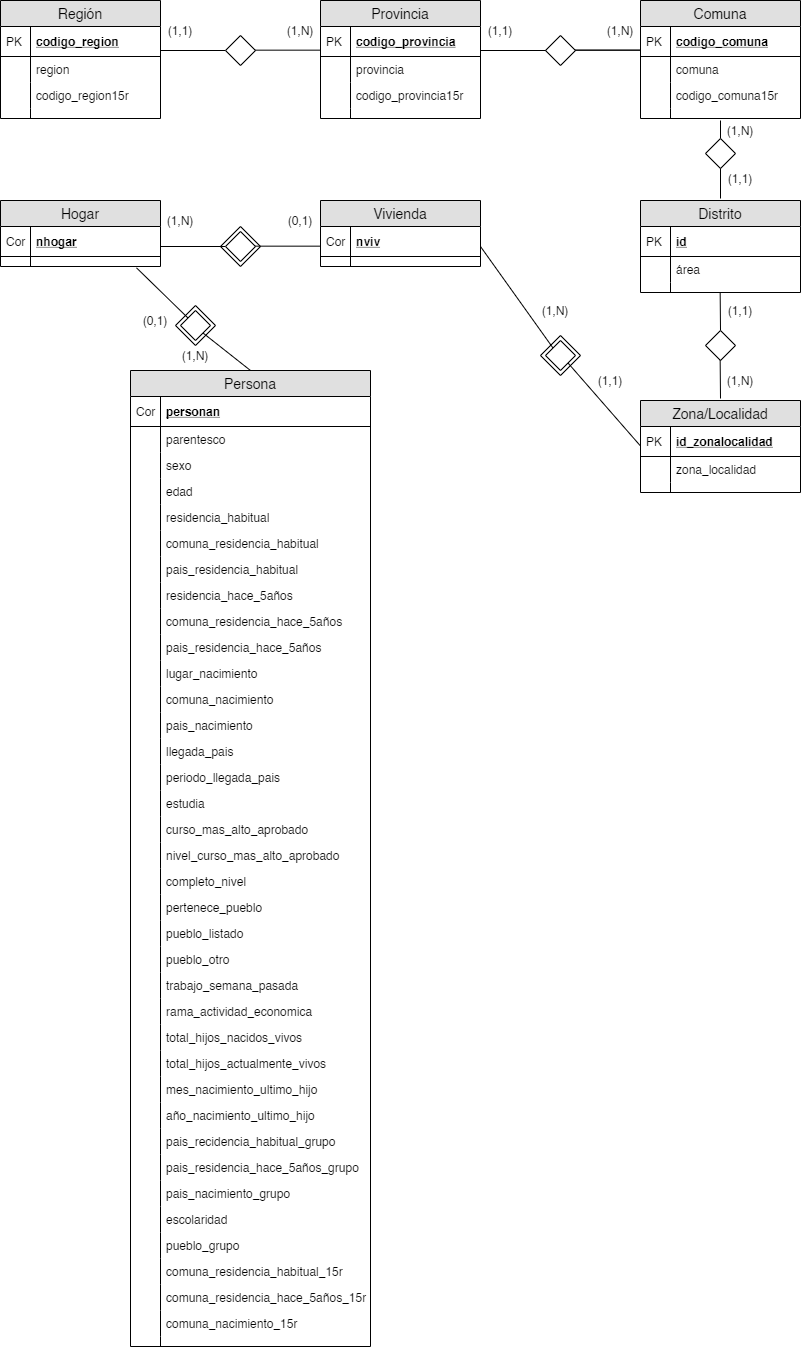
The draw.io diagram censo.png in geraldbustosm/censo_etl, before a commit. Source tidied: cells renumbered, new cells last; positions are measured from the earlier drawing's top-left corner, leaving out a move shared by most shapes.
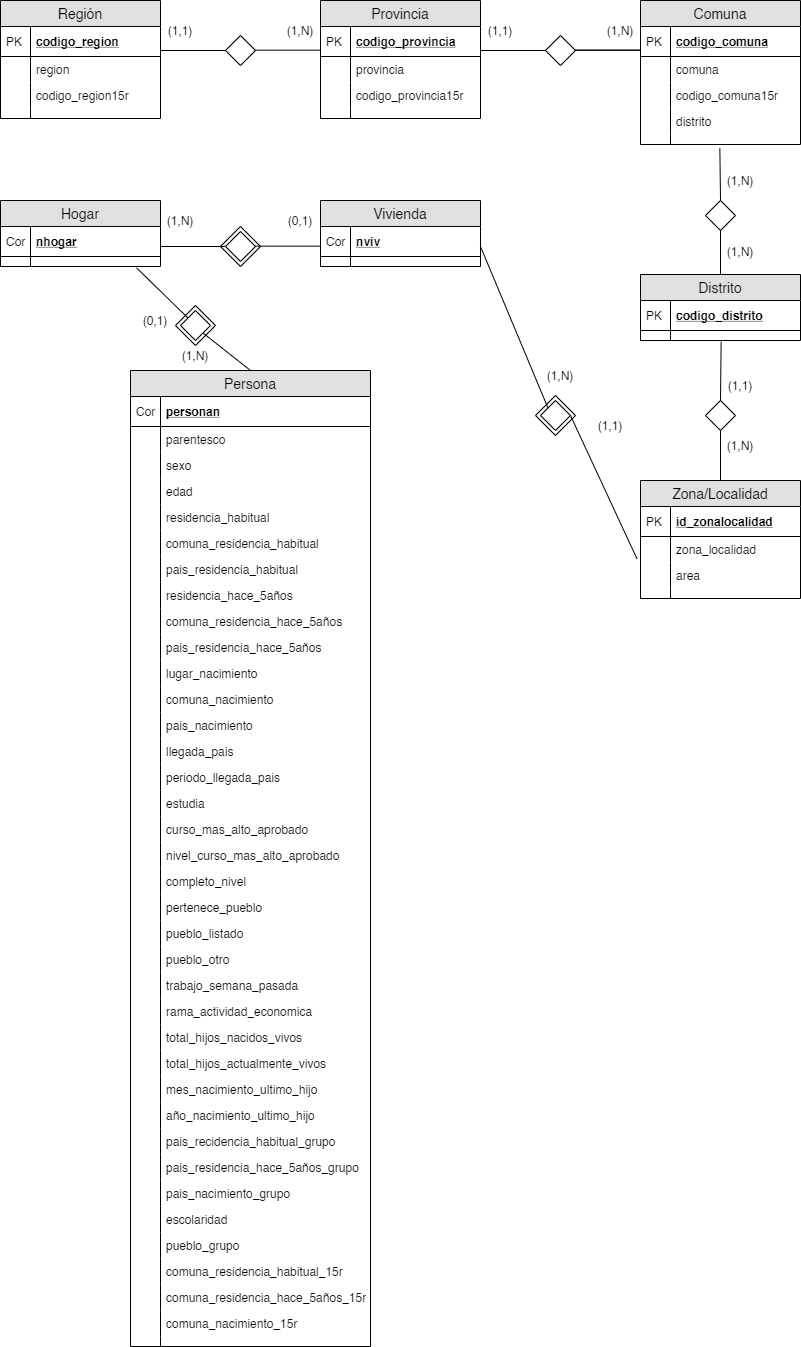
After the change.

Commit message:
improve der

Change to the diagram source:
```diff
@@ -9,7 +9,7 @@
       <mxGeometry x="220" y="226" width="40" height="40" as="geometry" />
     </mxCell>
     <mxCell id="4" style="rhombus;whiteSpace=wrap;html=1;" parent="1" vertex="1">
-      <mxGeometry x="540" y="335" width="40" height="40" as="geometry" />
+      <mxGeometry x="535" y="395" width="40" height="40" as="geometry" />
     </mxCell>
     <mxCell id="5" value="Región" style="swimlane;fontStyle=0;horizontal=1;startSize=26;fillColor=#e0e0e0;swimlaneFillColor=#ffffff;align=center;fontSize=14;" parent="1" vertex="1">
       <mxGeometry width="160" height="118" as="geometry" />
@@ -65,29 +65,8 @@
     <mxCell id="22" style="shape=partialRectangle;top=0;left=0;bottom=0;fillColor=none;align=left;verticalAlign=top;spacingLeft=4;spacingRight=4;overflow=hidden;fontSize=12;" parent="21" vertex="1">
       <mxGeometry width="30" height="10" as="geometry" />
     </mxCell>
-    <mxCell id="23" value="Distrito" style="swimlane;fontStyle=0;horizontal=1;startSize=26;fillColor=#e0e0e0;swimlaneFillColor=#ffffff;align=center;fontSize=14;" parent="1" vertex="1">
-      <mxGeometry x="640" y="200" width="160" height="92" as="geometry" />
-    </mxCell>
-    <mxCell id="24" value="id" style="shape=partialRectangle;top=0;left=0;right=0;bottom=1;align=left;verticalAlign=middle;fillColor=none;spacingLeft=34;spacingRight=4;overflow=hidden;fontStyle=5;fontSize=12;" parent="23" vertex="1">
-      <mxGeometry y="26" width="160" height="30" as="geometry" />
-    </mxCell>
-    <mxCell id="25" value="PK" style="shape=partialRectangle;top=0;left=0;bottom=0;fillColor=none;align=left;verticalAlign=middle;spacingLeft=4;spacingRight=4;overflow=hidden;fontSize=12;" parent="24" vertex="1">
-      <mxGeometry width="30" height="30" as="geometry" />
-    </mxCell>
-    <mxCell id="26" value="área" style="shape=partialRectangle;top=0;left=0;right=0;bottom=0;align=left;verticalAlign=top;fillColor=none;spacingLeft=34;spacingRight=4;overflow=hidden;fontSize=12;" parent="23" vertex="1">
-      <mxGeometry y="56" width="160" height="26" as="geometry" />
-    </mxCell>
-    <mxCell id="27" style="shape=partialRectangle;top=0;left=0;bottom=0;fillColor=none;align=left;verticalAlign=top;spacingLeft=4;spacingRight=4;overflow=hidden;fontSize=12;" parent="26" vertex="1">
-      <mxGeometry width="30" height="26" as="geometry" />
-    </mxCell>
-    <mxCell id="28" style="shape=partialRectangle;top=0;left=0;right=0;bottom=0;align=left;verticalAlign=top;fillColor=none;spacingLeft=34;spacingRight=4;overflow=hidden;fontSize=12;" parent="23" vertex="1">
-      <mxGeometry y="82" width="160" height="10" as="geometry" />
-    </mxCell>
-    <mxCell id="29" style="shape=partialRectangle;top=0;left=0;bottom=0;fillColor=none;align=left;verticalAlign=top;spacingLeft=4;spacingRight=4;overflow=hidden;fontSize=12;" parent="28" vertex="1">
-      <mxGeometry width="30" height="10" as="geometry" />
-    </mxCell>
     <mxCell id="30" value="Comuna" style="swimlane;fontStyle=0;horizontal=1;startSize=26;fillColor=#e0e0e0;swimlaneFillColor=#ffffff;align=center;fontSize=14;" parent="1" vertex="1">
-      <mxGeometry x="640" width="160" height="118" as="geometry" />
+      <mxGeometry x="640" width="160" height="144" as="geometry" />
     </mxCell>
     <mxCell id="31" value="codigo_comuna" style="shape=partialRectangle;top=0;left=0;right=0;bottom=1;align=left;verticalAlign=middle;fillColor=none;spacingLeft=34;spacingRight=4;overflow=hidden;fontStyle=5;fontSize=12;" parent="30" vertex="1">
       <mxGeometry y="26" width="160" height="30" as="geometry" />
@@ -107,14 +86,20 @@
     <mxCell id="36" style="shape=partialRectangle;top=0;left=0;bottom=0;fillColor=none;align=left;verticalAlign=top;spacingLeft=4;spacingRight=4;overflow=hidden;fontSize=12;" parent="35" vertex="1">
       <mxGeometry width="30" height="26" as="geometry" />
     </mxCell>
+    <mxCell id="168" value="distrito" style="shape=partialRectangle;top=0;left=0;right=0;bottom=0;align=left;verticalAlign=top;fillColor=none;spacingLeft=34;spacingRight=4;overflow=hidden;fontSize=12;" parent="30" vertex="1">
+      <mxGeometry y="108" width="160" height="26" as="geometry" />
+    </mxCell>
+    <mxCell id="169" style="shape=partialRectangle;top=0;left=0;bottom=0;fillColor=none;align=left;verticalAlign=top;spacingLeft=4;spacingRight=4;overflow=hidden;fontSize=12;" parent="168" vertex="1">
+      <mxGeometry width="30" height="26" as="geometry" />
+    </mxCell>
     <mxCell id="37" style="shape=partialRectangle;top=0;left=0;right=0;bottom=0;align=left;verticalAlign=top;fillColor=none;spacingLeft=34;spacingRight=4;overflow=hidden;points=[[0,0.5],[1,0.5]];portConstraint=eastwest;fontSize=12;" parent="30" vertex="1">
-      <mxGeometry y="108" width="160" height="10" as="geometry" />
+      <mxGeometry y="134" width="160" height="10" as="geometry" />
     </mxCell>
     <mxCell id="38" style="shape=partialRectangle;top=0;left=0;bottom=0;fillColor=none;align=left;verticalAlign=top;spacingLeft=4;spacingRight=4;overflow=hidden;fontSize=12;" parent="37" vertex="1">
       <mxGeometry width="30" height="10" as="geometry" />
     </mxCell>
     <mxCell id="39" value="Zona/Localidad" style="swimlane;fontStyle=0;horizontal=1;startSize=26;fillColor=#e0e0e0;swimlaneFillColor=#ffffff;align=center;fontSize=14;" parent="1" vertex="1">
-      <mxGeometry x="640" y="400" width="160" height="92" as="geometry" />
+      <mxGeometry x="640" y="480" width="160" height="118" as="geometry" />
     </mxCell>
     <mxCell id="40" value="id_zonalocalidad" style="shape=partialRectangle;top=0;left=0;right=0;bottom=1;align=left;verticalAlign=middle;fillColor=none;spacingLeft=34;spacingRight=4;overflow=hidden;fontStyle=5;fontSize=12;" parent="39" vertex="1">
       <mxGeometry y="26" width="160" height="30" as="geometry" />
@@ -128,8 +113,14 @@
     <mxCell id="43" style="shape=partialRectangle;top=0;left=0;bottom=0;fillColor=none;align=left;verticalAlign=top;spacingLeft=4;spacingRight=4;overflow=hidden;fontSize=12;" parent="42" vertex="1">
       <mxGeometry width="30" height="26" as="geometry" />
     </mxCell>
+    <mxCell id="170" value="area" style="shape=partialRectangle;top=0;left=0;right=0;bottom=0;align=left;verticalAlign=top;fillColor=none;spacingLeft=34;spacingRight=4;overflow=hidden;points=[[0,0.5],[1,0.5]];portConstraint=eastwest;fontSize=12;" parent="39" vertex="1">
+      <mxGeometry y="82" width="160" height="26" as="geometry" />
+    </mxCell>
+    <mxCell id="171" style="shape=partialRectangle;top=0;left=0;bottom=0;fillColor=none;align=left;verticalAlign=top;spacingLeft=4;spacingRight=4;overflow=hidden;fontSize=12;" parent="170" vertex="1">
+      <mxGeometry width="30" height="26" as="geometry" />
+    </mxCell>
     <mxCell id="44" style="shape=partialRectangle;top=0;left=0;right=0;bottom=0;align=left;verticalAlign=top;fillColor=none;spacingLeft=34;spacingRight=4;overflow=hidden;fontSize=12;" parent="39" vertex="1">
-      <mxGeometry y="82" width="160" height="10" as="geometry" />
+      <mxGeometry y="108" width="160" height="10" as="geometry" />
     </mxCell>
     <mxCell id="45" style="shape=partialRectangle;top=0;left=0;bottom=0;fillColor=none;align=left;verticalAlign=top;spacingLeft=4;spacingRight=4;overflow=hidden;fontSize=12;" parent="44" vertex="1">
       <mxGeometry width="30" height="10" as="geometry" />
@@ -437,36 +428,20 @@
       </mxGeometry>
     </mxCell>
     <mxCell id="141" style="shape=rhombus;perimeter=rhombusPerimeter;whiteSpace=wrap;html=1;align=center;" parent="1" vertex="1">
-      <mxGeometry x="545" y="340" width="30" height="30" as="geometry" />
+      <mxGeometry x="540" y="400" width="30" height="30" as="geometry" />
     </mxCell>
-    <mxCell id="142" style="endArrow=none;html=1;rounded=0;entryX=0;entryY=0.5;entryDx=0;entryDy=0;exitX=1;exitY=1;exitDx=0;exitDy=0;" parent="1" edge="1" source="141">
-      <mxGeometry relative="1" as="geometry">
-        <mxPoint x="640" y="445.5" as="targetPoint" />
-      </mxGeometry>
+    <mxCell id="142" style="endArrow=none;html=1;rounded=0;entryX=-0.022;entryY=-0.142;entryDx=0;entryDy=0;exitX=1;exitY=0.5;exitDx=0;exitDy=0;entryPerimeter=0;" parent="1" edge="1" source="141" target="170">
+      <mxGeometry relative="1" as="geometry" />
     </mxCell>
-    <mxCell id="143" style="endArrow=none;html=1;rounded=0;entryX=0.5;entryY=0;entryDx=0;entryDy=0;exitX=0;exitY=0;exitDx=0;exitDy=0;" parent="1" edge="1" source="164" target="144">
-      <mxGeometry relative="1" as="geometry" />
-    </mxCell>
-    <mxCell id="144" style="shape=rhombus;perimeter=rhombusPerimeter;whiteSpace=wrap;html=1;align=center;" parent="1" vertex="1">
-      <mxGeometry x="705" y="138" width="30" height="30" as="geometry" />
-    </mxCell>
-    <mxCell id="145" style="endArrow=none;html=1;rounded=0;entryX=0.5;entryY=0;entryDx=0;entryDy=0;exitX=0.5;exitY=1;exitDx=0;exitDy=0;" parent="1" edge="1" source="144">
-      <mxGeometry relative="1" as="geometry">
-        <mxPoint x="720" y="198" as="targetPoint" />
-      </mxGeometry>
-    </mxCell>
-    <mxCell id="146" style="endArrow=none;html=1;rounded=0;entryX=0.5;entryY=0;entryDx=0;entryDy=0;" parent="1" edge="1" target="147">
-      <mxGeometry relative="1" as="geometry">
-        <mxPoint x="719.7" y="292" as="sourcePoint" />
-      </mxGeometry>
+    <mxCell id="146" style="endArrow=none;html=1;rounded=0;entryX=0.5;entryY=0;entryDx=0;entryDy=0;exitX=0.496;exitY=1.4;exitDx=0;exitDy=0;exitPerimeter=0;" parent="1" edge="1" source="37" target="147">
+      <mxGeometry relative="1" as="geometry" />
     </mxCell>
     <mxCell id="147" style="shape=rhombus;perimeter=rhombusPerimeter;whiteSpace=wrap;html=1;align=center;" parent="1" vertex="1">
-      <mxGeometry x="705" y="330" width="30" height="30" as="geometry" />
+      <mxGeometry x="705" y="200" width="30" height="30" as="geometry" />
     </mxCell>
-    <mxCell id="148" style="endArrow=none;html=1;rounded=0;entryX=0.5;entryY=0;entryDx=0;entryDy=0;" parent="1" edge="1">
+    <mxCell id="148" style="endArrow=none;html=1;rounded=0;entryX=0.5;entryY=0;entryDx=0;entryDy=0;" parent="1" edge="1" target="39">
       <mxGeometry relative="1" as="geometry">
-        <mxPoint x="719.7" y="360" as="sourcePoint" />
-        <mxPoint x="720" y="398" as="targetPoint" />
+        <mxPoint x="720" y="430" as="sourcePoint" />
       </mxGeometry>
     </mxCell>
     <mxCell id="149" style="endArrow=none;html=1;rounded=0;entryX=0;entryY=0;entryDx=0;entryDy=0;exitX=0.85;exitY=1.133;exitDx=0;exitDy=0;exitPerimeter=0;" parent="1" edge="1" source="54" target="150">
@@ -509,10 +484,10 @@
       <mxGeometry x="280" y="210" width="40" height="20" as="geometry" />
     </mxCell>
     <mxCell id="160" value="(1,N)" style="text;html=1;strokeColor=none;fillColor=none;align=center;verticalAlign=middle;whiteSpace=wrap;rounded=0;" parent="1" vertex="1">
-      <mxGeometry x="535" y="300" width="40" height="20" as="geometry" />
+      <mxGeometry x="540" y="365" width="40" height="20" as="geometry" />
     </mxCell>
     <mxCell id="161" value="(1,1)" style="text;html=1;strokeColor=none;fillColor=none;align=center;verticalAlign=middle;whiteSpace=wrap;rounded=0;" parent="1" vertex="1">
-      <mxGeometry x="590" y="370" width="40" height="20" as="geometry" />
+      <mxGeometry x="590" y="415" width="40" height="20" as="geometry" />
     </mxCell>
     <mxCell id="162" value="(0,1)" style="text;html=1;strokeColor=none;fillColor=none;align=center;verticalAlign=middle;whiteSpace=wrap;rounded=0;" parent="1" vertex="1">
       <mxGeometry x="135" y="310" width="40" height="20" as="geometry" />
@@ -520,17 +495,43 @@
     <mxCell id="163" value="(1,N)" style="text;html=1;strokeColor=none;fillColor=none;align=center;verticalAlign=middle;whiteSpace=wrap;rounded=0;" parent="1" vertex="1">
       <mxGeometry x="175" y="345" width="40" height="20" as="geometry" />
     </mxCell>
+    <mxCell id="165" value="(1,N)" style="text;html=1;strokeColor=none;fillColor=none;align=center;verticalAlign=middle;whiteSpace=wrap;rounded=0;" parent="1" vertex="1">
+      <mxGeometry x="720" y="170" width="40" height="20" as="geometry" />
+    </mxCell>
+    <mxCell id="167" value="(1,N)" style="text;html=1;strokeColor=none;fillColor=none;align=center;verticalAlign=middle;whiteSpace=wrap;rounded=0;" parent="1" vertex="1">
+      <mxGeometry x="720" y="435" width="40" height="20" as="geometry" />
+    </mxCell>
+    <mxCell id="23" value="Distrito" style="swimlane;fontStyle=0;horizontal=1;startSize=26;fillColor=#e0e0e0;swimlaneFillColor=#ffffff;align=center;fontSize=14;" parent="1" vertex="1">
+      <mxGeometry x="640" y="274" width="160" height="66" as="geometry" />
+    </mxCell>
+    <mxCell id="172" value="codigo_distrito" style="shape=partialRectangle;top=0;left=0;right=0;bottom=1;align=left;verticalAlign=middle;fillColor=none;spacingLeft=34;spacingRight=4;overflow=hidden;fontStyle=5;fontSize=12;" parent="23" vertex="1">
+      <mxGeometry y="26" width="160" height="30" as="geometry" />
+    </mxCell>
+    <mxCell id="25" value="PK" style="shape=partialRectangle;top=0;left=0;bottom=0;fillColor=none;align=left;verticalAlign=middle;spacingLeft=4;spacingRight=4;overflow=hidden;fontSize=12;" parent="172" vertex="1">
+      <mxGeometry width="30" height="30" as="geometry" />
+    </mxCell>
+    <mxCell id="173" style="shape=partialRectangle;top=0;left=0;right=0;bottom=0;align=left;verticalAlign=top;fillColor=none;spacingLeft=34;spacingRight=4;overflow=hidden;points=[[0,0.5],[1,0.5]];portConstraint=eastwest;fontSize=12;" parent="23" vertex="1">
+      <mxGeometry y="56" width="160" height="10" as="geometry" />
+    </mxCell>
+    <mxCell id="29" style="shape=partialRectangle;top=0;left=0;bottom=0;fillColor=none;align=left;verticalAlign=top;spacingLeft=4;spacingRight=4;overflow=hidden;fontSize=12;" parent="173" vertex="1">
+      <mxGeometry width="30" height="10" as="geometry" />
+    </mxCell>
+    <mxCell id="174" style="shape=rhombus;perimeter=rhombusPerimeter;whiteSpace=wrap;html=1;align=center;" parent="1" vertex="1">
+      <mxGeometry x="705" y="400" width="30" height="30" as="geometry" />
+    </mxCell>
+    <mxCell id="175" style="endArrow=none;html=1;rounded=0;entryX=0.5;entryY=0;entryDx=0;entryDy=0;exitX=0.504;exitY=1.133;exitDx=0;exitDy=0;exitPerimeter=0;" parent="1" edge="1" source="173">
+      <mxGeometry relative="1" as="geometry">
+        <mxPoint x="720" y="400" as="targetPoint" />
+      </mxGeometry>
+    </mxCell>
+    <mxCell id="176" style="endArrow=none;html=1;rounded=0;entryX=0.5;entryY=0;entryDx=0;entryDy=0;exitX=0.5;exitY=1;exitDx=0;exitDy=0;" parent="1" edge="1" source="147" target="23">
+      <mxGeometry relative="1" as="geometry" />
+    </mxCell>
     <mxCell id="164" value="(1,N)" style="text;html=1;strokeColor=none;fillColor=none;align=center;verticalAlign=middle;whiteSpace=wrap;rounded=0;" parent="1" vertex="1">
-      <mxGeometry x="720" y="120" width="40" height="20" as="geometry" />
+      <mxGeometry x="720" y="241" width="40" height="20" as="geometry" />
     </mxCell>
-    <mxCell id="165" value="(1,1)&lt;span style=&quot;color: rgba(0 , 0 , 0 , 0) ; font-family: monospace ; font-size: 0px ; white-space: nowrap&quot;&gt;%3CmxGraphModel%3E%3Croot%3E%3CmxCell%20id%3D%220%22%2F%3E%3CmxCell%20id%3D%221%22%20parent%3D%220%22%2F%3E%3CmxCell%20id%3D%222%22%20value%3D%22%22%20style%3D%22endArrow%3Dnone%3Bhtml%3D1%3Brounded%3D0%3BentryX%3D0%3BentryY%3D0.5%3BentryDx%3D0%3BentryDy%3D0%3B%22%20edge%3D%221%22%20parent%3D%221%22%3E%3CmxGeometry%20relative%3D%221%22%20as%3D%22geometry%22%3E%3CmxPoint%20x%3D%22160%22%20y%3D%22286%22%20as%3D%22sourcePoint%22%2F%3E%3CmxPoint%20x%3D%22225%22%20y%3D%22286%22%20as%3D%22targetPoint%22%2F%3E%3C%2FmxGeometry%3E%3C%2FmxCell%3E%3C%2Froot%3E%3C%2FmxGraphModel%3E&lt;/span&gt;" style="text;html=1;strokeColor=none;fillColor=none;align=center;verticalAlign=middle;whiteSpace=wrap;rounded=0;" parent="1" vertex="1">
-      <mxGeometry x="720" y="168" width="40" height="20" as="geometry" />
-    </mxCell>
     <mxCell id="166" value="(1,1)&lt;span style=&quot;color: rgba(0 , 0 , 0 , 0) ; font-family: monospace ; font-size: 0px ; white-space: nowrap&quot;&gt;%3CmxGraphModel%3E%3Croot%3E%3CmxCell%20id%3D%220%22%2F%3E%3CmxCell%20id%3D%221%22%20parent%3D%220%22%2F%3E%3CmxCell%20id%3D%222%22%20value%3D%22%22%20style%3D%22endArrow%3Dnone%3Bhtml%3D1%3Brounded%3D0%3BentryX%3D0%3BentryY%3D0.5%3BentryDx%3D0%3BentryDy%3D0%3B%22%20edge%3D%221%22%20parent%3D%221%22%3E%3CmxGeometry%20relative%3D%221%22%20as%3D%22geometry%22%3E%3CmxPoint%20x%3D%22160%22%20y%3D%22286%22%20as%3D%22sourcePoint%22%2F%3E%3CmxPoint%20x%3D%22225%22%20y%3D%22286%22%20as%3D%22targetPoint%22%2F%3E%3C%2FmxGeometry%3E%3C%2FmxCell%3E%3C%2Froot%3E%3C%2FmxGraphModel%3E&lt;/span&gt;" style="text;html=1;strokeColor=none;fillColor=none;align=center;verticalAlign=middle;whiteSpace=wrap;rounded=0;" parent="1" vertex="1">
-      <mxGeometry x="720" y="300" width="40" height="20" as="geometry" />
+      <mxGeometry x="720" y="375" width="40" height="20" as="geometry" />
     </mxCell>
-    <mxCell id="167" value="(1,N)" style="text;html=1;strokeColor=none;fillColor=none;align=center;verticalAlign=middle;whiteSpace=wrap;rounded=0;" parent="1" vertex="1">
-      <mxGeometry x="720" y="370" width="40" height="20" as="geometry" />
-    </mxCell>
   </root>
 </mxGraphModel>
```
